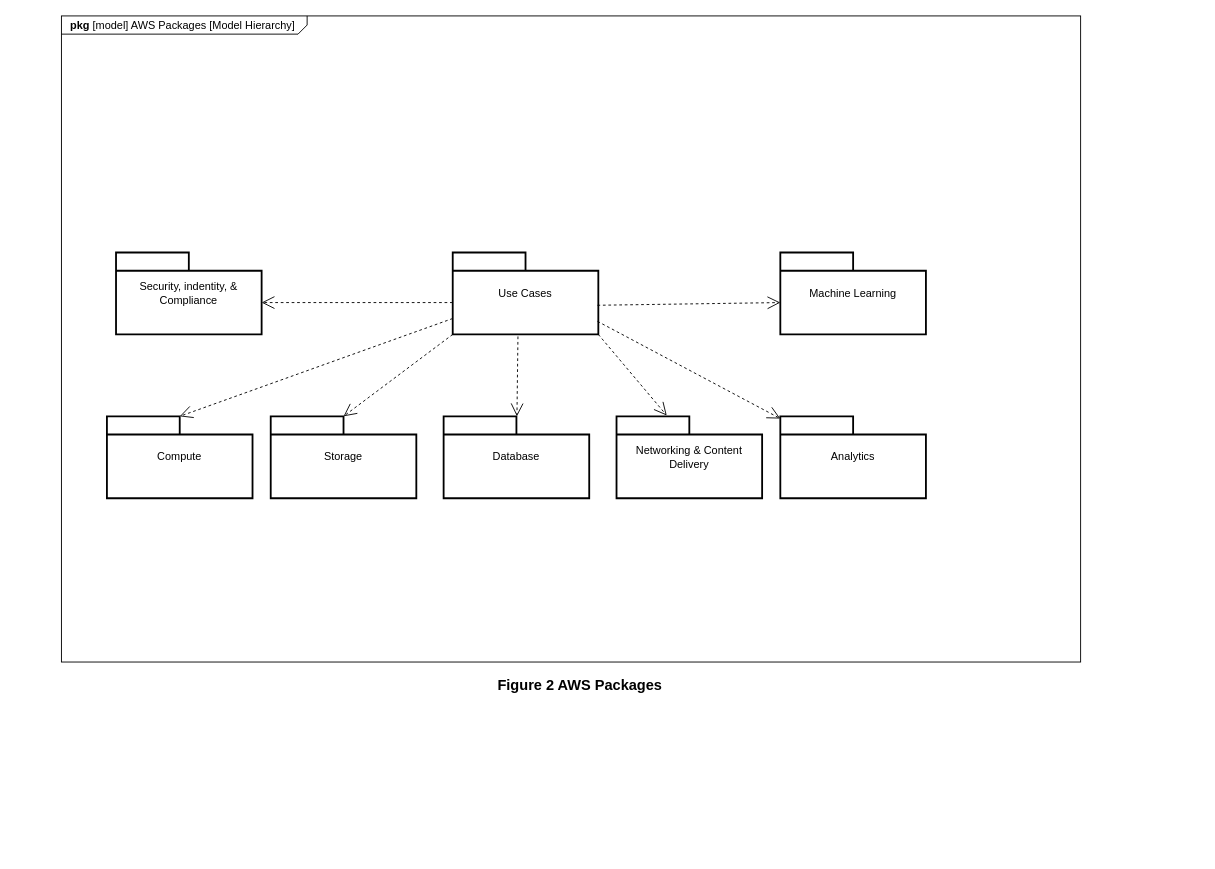
This is AWS Packages/AWS Packages.drawio from JeffreyWerth/AWS-Architecture-Model-Repository, a draw.io file, before an edit. Source tidied: cells renumbered, new cells numbered last; positions are measured from the earlier drawing's top-left corner, leaving out a move shared by most shapes. Both pictures are drawn from the tidied source at 91%, with x=0, y=0 at pixel (61, 15).
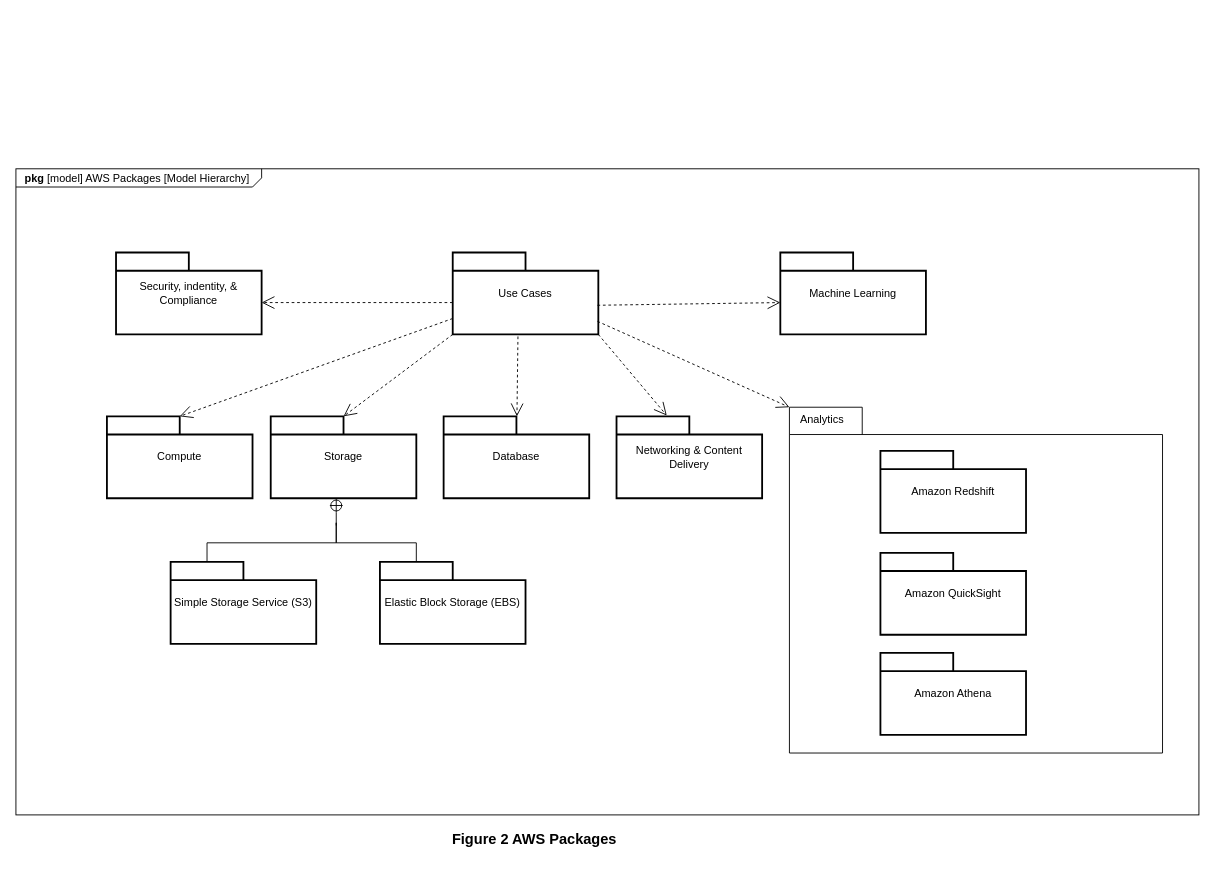
The same page after the edit.

Commit message (it also covers changes not shown here):
Updated Package Diagram Example and Lesson

The change refers to these unchanged cells:
```xml
<mxCell id="6" value="Use Cases" style="shape=folder;tabWidth=80;tabHeight=20;tabPosition=left;strokeWidth=2;html=1;whiteSpace=wrap;align=center;" parent="1" vertex="1">
  <mxGeometry x="430" y="260" width="160" height="90" as="geometry" />
</mxCell>
```

Diff of the diagram source:
```diff
@@
     <mxCell id="2" value="&lt;p style=&quot;margin: 0px ; margin-top: 4px ; margin-left: 10px ; text-align: left&quot;&gt;&lt;b&gt;pkg&lt;/b&gt; [model] AWS Packages [Model Hierarchy]&lt;/p&gt;" style="html=1;strokeWidth=1;shape=mxgraph.sysml.package;html=1;overflow=fill;whiteSpace=wrap;fillColor=none;gradientColor=none;fontSize=12;align=center;labelX=270;" parent="1" vertex="1">
-      <mxGeometry width="1120" height="710" as="geometry" />
+      <mxGeometry x="-50" y="168" width="1300" height="710" as="geometry" />
     </mxCell>
@@
-    <mxCell id="8" value="Analytics" style="shape=folder;tabWidth=80;tabHeight=20;tabPosition=left;strokeWidth=2;html=1;whiteSpace=wrap;align=center;" parent="1" vertex="1">
-      <mxGeometry x="790" y="440" width="160" height="90" as="geometry" />
-    </mxCell>
@@
-    <mxCell id="16" style="edgeStyle=none;html=1;endArrow=open;endSize=12;dashed=1;verticalAlign=bottom;rounded=0;exitX=0.994;exitY=0.84;exitDx=0;exitDy=0;exitPerimeter=0;" parent="1" edge="1" source="6" target="8">
+    <mxCell id="16" style="edgeStyle=none;html=1;endArrow=open;endSize=12;dashed=1;verticalAlign=bottom;rounded=0;exitX=0.994;exitY=0.84;exitDx=0;exitDy=0;exitPerimeter=0;entryX=0;entryY=0;entryDx=0;entryDy=0;entryPerimeter=0;" parent="1" edge="1" source="6" target="8">
       <mxGeometry relative="1" as="geometry" />
     </mxCell>
@@
     <mxCell id="18" value="&lt;font style=&quot;font-size: 16px;&quot;&gt;Figure 2 AWS Packages&lt;/font&gt;" style="text;html=1;strokeColor=none;fillColor=none;align=center;verticalAlign=middle;whiteSpace=wrap;rounded=0;fontStyle=1;fontSize=16;" parent="1" vertex="1">
-      <mxGeometry x="450" y="720" width="240" height="30" as="geometry" />
+      <mxGeometry x="400" y="890" width="240" height="30" as="geometry" />
     </mxCell>
+    <mxCell id="19" style="edgeStyle=elbowEdgeStyle;html=1;endSize=12;endArrow=sysMLPackCont;elbow=horizontal;rounded=0;align=left;verticalAlign=middle;" parent="1" edge="1">
+      <mxGeometry x="1" relative="1" as="geometry">
+        <mxPoint x="302" y="560" as="sourcePoint" />
+        <mxPoint x="302" y="531" as="targetPoint" />
+      </mxGeometry>
+    </mxCell>
+    <mxCell id="20" style="edgeStyle=elbowEdgeStyle;html=1;elbow=vertical;verticalAlign=bottom;endArrow=none;rounded=0;entryX=0;entryY=0;entryDx=40;entryDy=0;entryPerimeter=0;" parent="1" edge="1" target="23">
+      <mxGeometry x="1" relative="1" as="geometry">
+        <mxPoint x="302" y="557" as="sourcePoint" />
+      </mxGeometry>
+    </mxCell>
+    <mxCell id="21" style="edgeStyle=elbowEdgeStyle;html=1;elbow=vertical;verticalAlign=bottom;endArrow=none;rounded=0;entryX=0;entryY=0;entryDx=40;entryDy=0;entryPerimeter=0;" parent="1" edge="1" target="22">
+      <mxGeometry x="1" relative="1" as="geometry">
+        <mxPoint x="302" y="557" as="sourcePoint" />
+      </mxGeometry>
+    </mxCell>
+    <mxCell id="22" value="Simple Storage Service (S3)" style="shape=folder;tabWidth=80;tabHeight=20;tabPosition=left;strokeWidth=2;html=1;whiteSpace=wrap;align=center;" parent="1" vertex="1">
+      <mxGeometry x="120" y="600" width="160" height="90" as="geometry" />
+    </mxCell>
+    <mxCell id="23" value="Elastic Block Storage (EBS)" style="shape=folder;tabWidth=80;tabHeight=20;tabPosition=left;strokeWidth=2;html=1;whiteSpace=wrap;align=center;" parent="1" vertex="1">
+      <mxGeometry x="350" y="600" width="160" height="90" as="geometry" />
+    </mxCell>
+    <mxCell id="8" value="Analytics" style="shape=folder;html=1;tabWidth=80;tabHeight=30;tabPosition=left;align=left;verticalAlign=top;spacingLeft=10;whiteSpace=wrap;" parent="1" vertex="1">
+      <mxGeometry x="800" y="430" width="410" height="380" as="geometry" />
+    </mxCell>
+    <mxCell id="24" value="Amazon Redshift" style="shape=folder;tabWidth=80;tabHeight=20;tabPosition=left;strokeWidth=2;html=1;whiteSpace=wrap;align=center;" parent="1" vertex="1">
+      <mxGeometry x="900" y="478" width="160" height="90" as="geometry" />
+    </mxCell>
+    <mxCell id="25" value="Amazon QuickSight" style="shape=folder;tabWidth=80;tabHeight=20;tabPosition=left;strokeWidth=2;html=1;whiteSpace=wrap;align=center;" parent="1" vertex="1">
+      <mxGeometry x="900" y="590" width="160" height="90" as="geometry" />
+    </mxCell>
+    <mxCell id="26" value="Amazon Athena" style="shape=folder;tabWidth=80;tabHeight=20;tabPosition=left;strokeWidth=2;html=1;whiteSpace=wrap;align=center;" parent="1" vertex="1">
+      <mxGeometry x="900" y="700" width="160" height="90" as="geometry" />
+    </mxCell>
```
